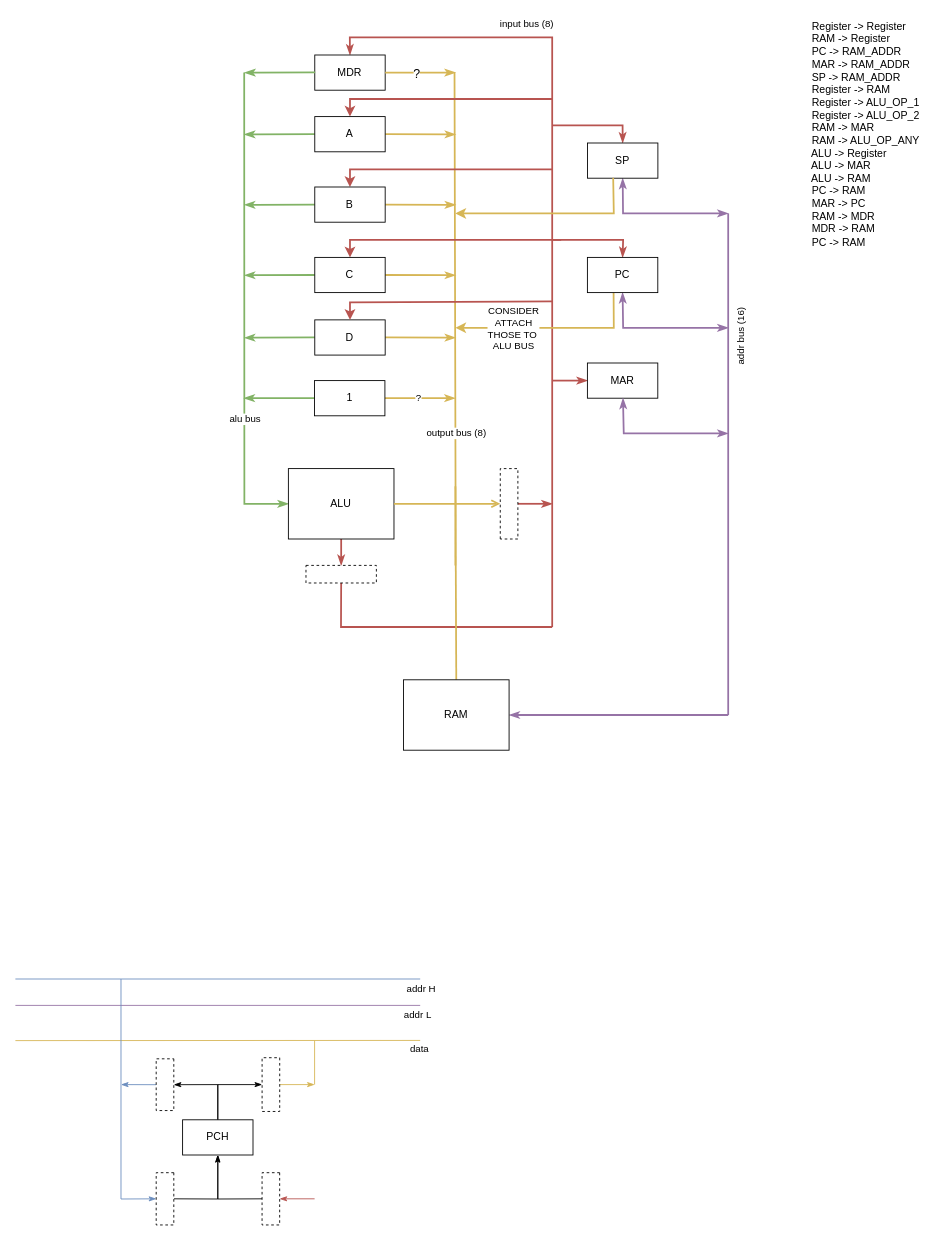
Before: design.drawio in ecoshub/asme8, a draw.io diagram. Source tidied: cells renumbered, new cells numbered last; positions are measured from the earlier drawing's top-left corner, leaving out a move shared by most shapes. Both pictures are drawn from the tidied source at 88%, with x=0, y=0 at pixel (15, 14).
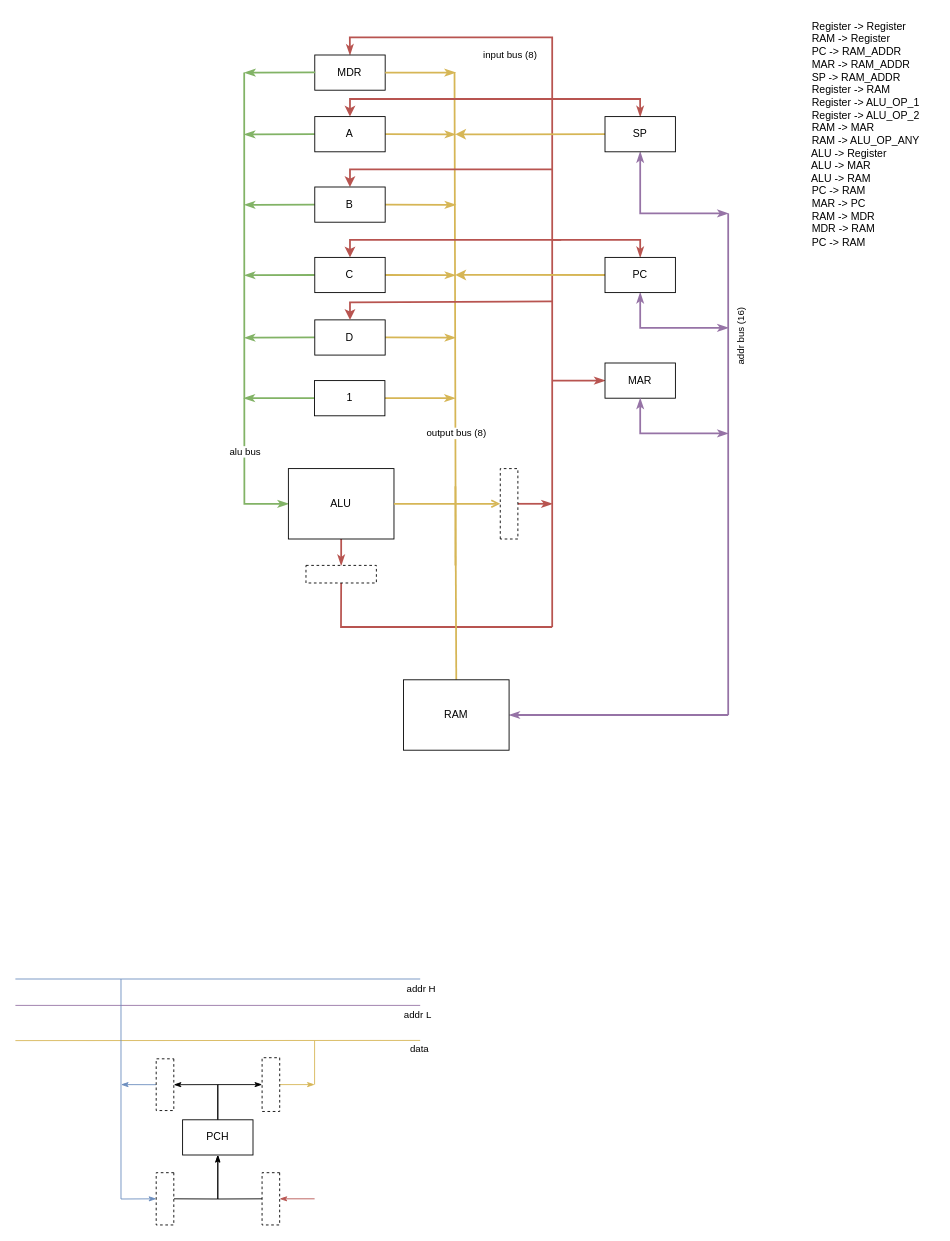
The same diagram, later.

Unchanged cells that the change refers to:
```xml
<mxCell id="3" style="edgeStyle=none;html=1;exitX=0;exitY=0.5;exitDx=0;exitDy=0;startArrow=classicThin;startFill=1;endArrow=none;endFill=0;fillColor=#d5e8d4;strokeColor=#82b366;strokeWidth=2;rounded=0;" parent="1" edge="1" source="7">
  <mxGeometry relative="1" as="geometry">
    <mxPoint x="260" y="66" as="targetPoint" />
    <Array as="points">
      <mxPoint x="260.2" y="556" />
    </Array>
  </mxGeometry>
</mxCell>
<mxCell id="26" style="edgeStyle=none;html=1;exitX=1;exitY=0.5;exitDx=0;exitDy=0;startArrow=none;startFill=0;endArrow=classicThin;endFill=1;fillColor=#fff2cc;strokeColor=#d6b656;strokeWidth=2;" parent="1" edge="1" source="28">
  <mxGeometry relative="1" as="geometry">
    <mxPoint x="499.8" y="436" as="targetPoint" />
  </mxGeometry>
</mxCell>
<mxCell id="29" style="endArrow=none;html=1;rounded=0;fillColor=#f8cecc;strokeColor=#b85450;strokeWidth=2;" parent="1" edge="1">
  <mxGeometry relative="1" as="geometry">
    <mxPoint x="610" y="696" as="sourcePoint" />
    <mxPoint x="610" y="96" as="targetPoint" />
  </mxGeometry>
</mxCell>
<mxCell id="74" style="edgeStyle=none;html=1;exitX=1;exitY=0.5;exitDx=0;exitDy=0;startArrow=none;startFill=0;endArrow=classicThin;endFill=1;fillColor=#fff2cc;strokeColor=#d6b656;strokeWidth=2;" parent="1" edge="1" source="69">
  <mxGeometry relative="1" as="geometry">
    <mxPoint x="500" y="66" as="targetPoint" />
  </mxGeometry>
</mxCell>
```

The edit, as a diff of the source:
```diff
@@
     <mxCell id="4" value="alu bus" style="edgeLabel;html=1;align=center;verticalAlign=middle;" parent="3" vertex="1">
       <mxGeometry x="-0.5" y="1" relative="1" as="geometry">
-        <mxPoint x="1" y="-12" as="offset" />
+        <mxPoint x="1" y="25" as="offset" />
       </mxGeometry>
     </mxCell>
@@
-    <mxCell id="27" value="?" style="edgeLabel;html=1;align=center;verticalAlign=middle;" parent="26" vertex="1">
-      <mxGeometry x="-0.05" y="1" relative="1" as="geometry" />
-    </mxCell>
@@
     <mxCell id="30" value="input bus (8)" style="edgeLabel;html=1;align=center;verticalAlign=middle;" parent="29" vertex="1">
       <mxGeometry x="0.84" y="-1" relative="1" as="geometry">
-        <mxPoint x="-31" y="-134" as="offset" />
+        <mxPoint x="-50" y="-99" as="offset" />
       </mxGeometry>
     </mxCell>
@@
-    <mxCell id="35" style="edgeStyle=none;rounded=0;html=1;exitX=0.372;exitY=1;exitDx=0;exitDy=0;startArrow=none;startFill=0;endArrow=classic;endFill=1;fillColor=#fff2cc;strokeColor=#d6b656;strokeWidth=2;exitPerimeter=0;" parent="1" edge="1" source="39">
-      <mxGeometry relative="1" as="geometry">
-        <mxPoint x="500" y="356" as="targetPoint" />
-        <Array as="points">
-          <mxPoint x="680" y="356" />
-        </Array>
-      </mxGeometry>
-    </mxCell>
-    <mxCell id="36" value="CONSIDER&lt;br&gt;ATTACH&lt;br&gt;THOSE TO&amp;nbsp;&lt;br&gt;ALU BUS" style="edgeLabel;html=1;align=center;verticalAlign=middle;" parent="35" vertex="1">
-      <mxGeometry x="0.41" relative="1" as="geometry" />
-    </mxCell>
     <mxCell id="37" style="edgeStyle=none;rounded=0;html=1;strokeWidth=2;fillColor=#e1d5e7;strokeColor=#9673a6;exitX=0.5;exitY=1;exitDx=0;exitDy=0;startArrow=classicThin;startFill=1;endArrow=classicThin;endFill=1;" parent="1" edge="1" source="39">
       <mxGeometry relative="1" as="geometry">
         <mxPoint x="810" y="356" as="targetPoint" />
         <Array as="points">
-          <mxPoint x="690.6" y="356" />
+          <mxPoint x="710" y="356" />
         </Array>
       </mxGeometry>
     </mxCell>
     <mxCell id="38" style="edgeStyle=none;rounded=0;html=1;startArrow=classicThin;startFill=1;endArrow=none;endFill=0;strokeWidth=2;fillColor=#f8cecc;strokeColor=#b85450;exitX=0.5;exitY=0;exitDx=0;exitDy=0;" parent="1" edge="1" source="39">
       <mxGeometry relative="1" as="geometry">
         <mxPoint x="611" y="256" as="targetPoint" />
         <Array as="points">
-          <mxPoint x="690.6" y="256" />
+          <mxPoint x="710" y="256" />
         </Array>
       </mxGeometry>
     </mxCell>
+    <mxCell id="36" style="edgeStyle=none;html=1;exitX=0;exitY=0.5;exitDx=0;exitDy=0;strokeWidth=2;fillColor=#fff2cc;strokeColor=#d6b656;" parent="1" edge="1" source="39">
+      <mxGeometry relative="1" as="geometry">
+        <mxPoint x="500" y="295.9" as="targetPoint" />
+      </mxGeometry>
+    </mxCell>
     <mxCell id="39" value="PC" style="rounded=0;whiteSpace=wrap;html=1;" parent="1" vertex="1">
-      <mxGeometry x="650" y="276" width="80" height="40" as="geometry" />
+      <mxGeometry x="670" y="276" width="80" height="40" as="geometry" />
     </mxCell>
@@
     <mxCell id="61" style="edgeStyle=none;rounded=0;html=1;strokeWidth=2;fillColor=#e1d5e7;strokeColor=#9673a6;exitX=0.5;exitY=1;exitDx=0;exitDy=0;startArrow=classicThin;startFill=1;endArrow=classicThin;endFill=1;" parent="1" edge="1" source="63">
       <mxGeometry relative="1" as="geometry">
         <mxPoint x="810" y="226" as="targetPoint" />
         <Array as="points">
-          <mxPoint x="690.5" y="226" />
+          <mxPoint x="710" y="226" />
         </Array>
       </mxGeometry>
     </mxCell>
     <mxCell id="62" style="edgeStyle=none;rounded=0;html=1;startArrow=classicThin;startFill=1;endArrow=none;endFill=0;strokeWidth=2;fillColor=#f8cecc;strokeColor=#b85450;exitX=0.5;exitY=0;exitDx=0;exitDy=0;" parent="1" edge="1" source="63">
       <mxGeometry relative="1" as="geometry">
-        <mxPoint x="610" y="126" as="targetPoint" />
+        <mxPoint x="609.9" y="96" as="targetPoint" />
         <Array as="points">
-          <mxPoint x="690" y="126" />
+          <mxPoint x="709.9" y="96" />
         </Array>
       </mxGeometry>
     </mxCell>
+    <mxCell id="80" style="edgeStyle=none;html=1;exitX=0;exitY=0.5;exitDx=0;exitDy=0;strokeWidth=2;fillColor=#fff2cc;strokeColor=#d6b656;" parent="1" edge="1" source="63">
+      <mxGeometry relative="1" as="geometry">
+        <mxPoint x="499.9" y="136.1" as="targetPoint" />
+      </mxGeometry>
+    </mxCell>
     <mxCell id="63" value="SP" style="rounded=0;whiteSpace=wrap;html=1;" parent="1" vertex="1">
-      <mxGeometry x="650.1" y="146" width="80" height="40" as="geometry" />
+      <mxGeometry x="670" y="116" width="80" height="40" as="geometry" />
     </mxCell>
-    <mxCell id="64" style="edgeStyle=none;rounded=0;html=1;startArrow=none;startFill=0;endArrow=classic;endFill=1;fillColor=#fff2cc;strokeColor=#d6b656;strokeWidth=2;exitX=0.365;exitY=0.987;exitDx=0;exitDy=0;exitPerimeter=0;" parent="1" edge="1" source="63">
-      <mxGeometry relative="1" as="geometry">
-        <mxPoint x="500" y="226" as="targetPoint" />
-        <Array as="points">
-          <mxPoint x="680" y="226" />
-        </Array>
-      </mxGeometry>
-    </mxCell>
@@
     <mxCell id="66" value="MAR" style="rounded=0;whiteSpace=wrap;html=1;" parent="1" vertex="1">
-      <mxGeometry x="650" y="396" width="80" height="40" as="geometry" />
+      <mxGeometry x="670" y="396" width="80" height="40" as="geometry" />
     </mxCell>
     <mxCell id="67" style="edgeStyle=none;rounded=0;html=1;strokeWidth=2;fillColor=#e1d5e7;strokeColor=#9673a6;startArrow=classicThin;startFill=1;endArrow=classicThin;endFill=1;" parent="1" edge="1" source="66">
       <mxGeometry relative="1" as="geometry">
         <mxPoint x="810" y="476" as="targetPoint" />
         <Array as="points">
-          <mxPoint x="691.3" y="476" />
+          <mxPoint x="710" y="476" />
         </Array>
       </mxGeometry>
     </mxCell>
@@
-    <mxCell id="75" value="&lt;font style=&quot;font-size: 14px;&quot;&gt;?&lt;/font&gt;" style="edgeLabel;html=1;align=center;verticalAlign=middle;" parent="74" vertex="1">
+    <mxCell id="75" value="&lt;span style=&quot;font-size: 14px;&quot;&gt;&lt;br&gt;&lt;/span&gt;" style="edgeLabel;html=1;align=center;verticalAlign=middle;" parent="74" vertex="1">
       <mxGeometry x="-0.13" y="-1" relative="1" as="geometry" />
     </mxCell>
```
